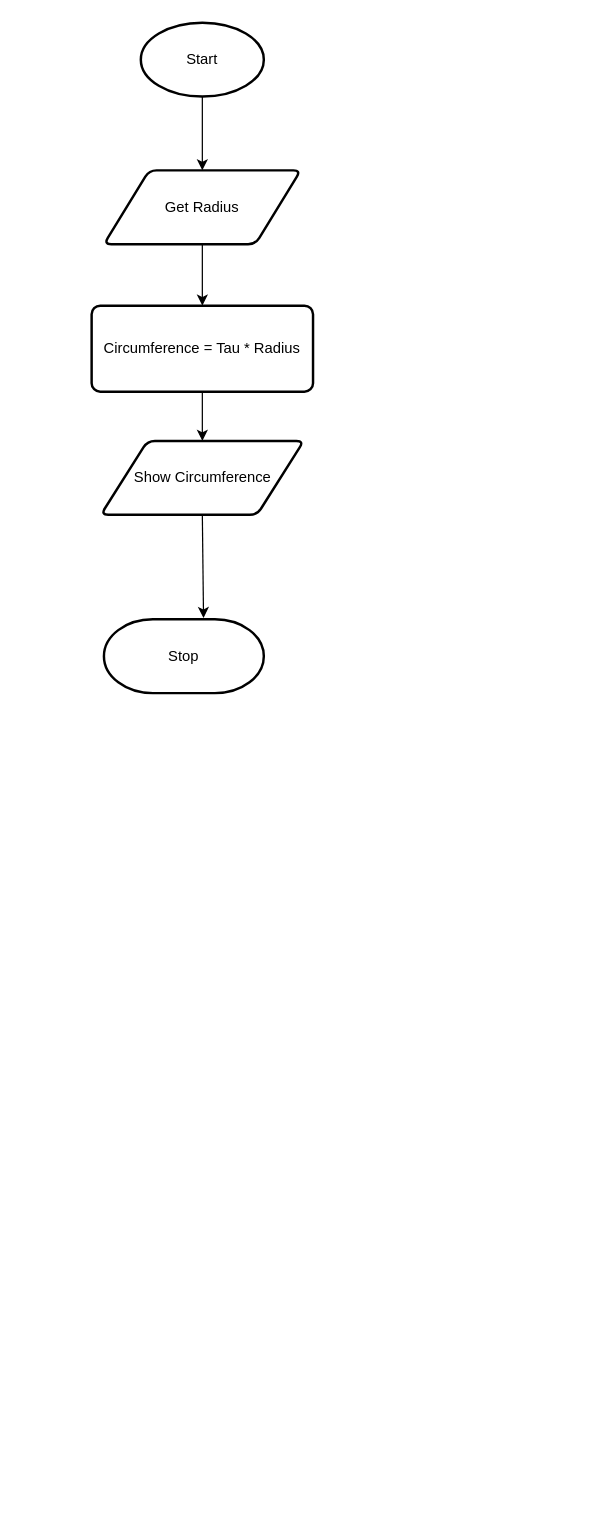
This is flowchart.drawio from Ethan-Prieur1/ICS3U-Unit6-04-Python, a draw.io file, before an edit. Source tidied: cells renumbered, new cells numbered last; positions are measured from the earlier drawing's top-left corner, leaving out a move shared by most shapes. Both pictures are drawn from the tidied source at 123%, with x=0, y=0 at pixel (91, 22).
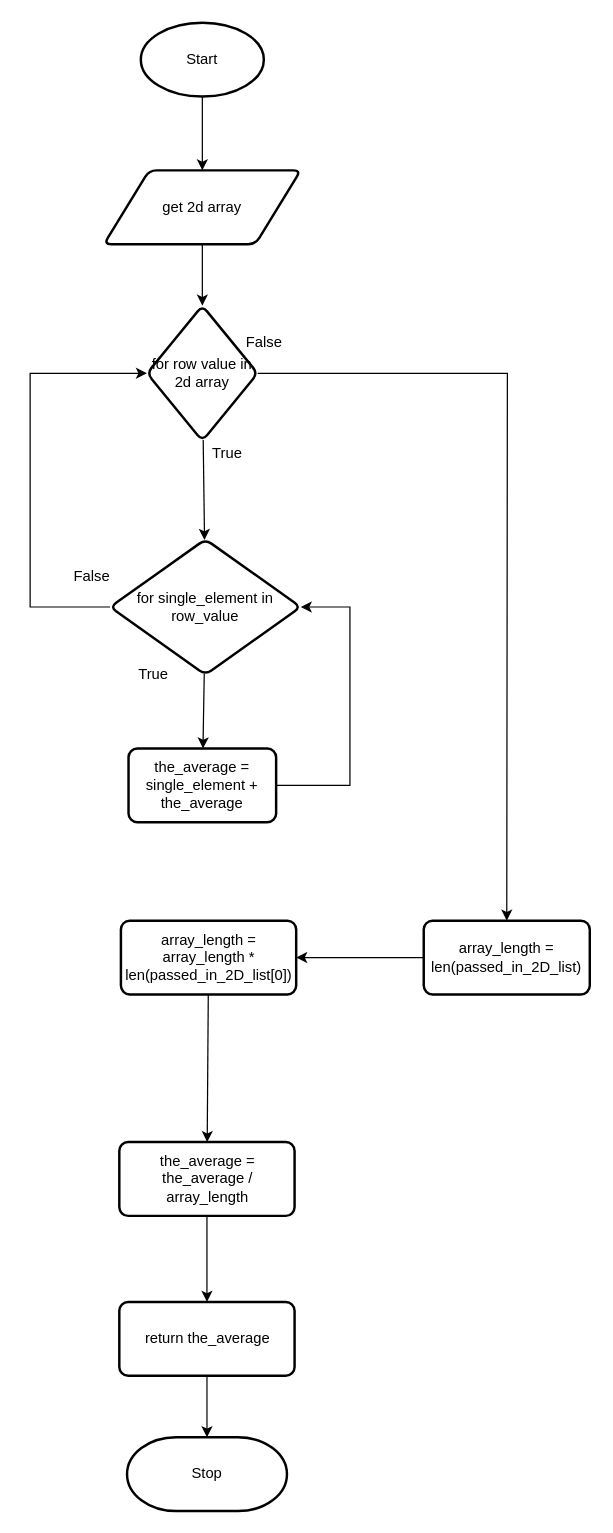
Above is the later version.

Change to the diagram source:
```diff
@@
-    <mxCell id="4" style="edgeStyle=none;html=1;exitX=0.5;exitY=1;exitDx=0;exitDy=0;entryX=0.5;entryY=0;entryDx=0;entryDy=0;" parent="1" edge="1" source="5" target="7">
-      <mxGeometry relative="1" as="geometry" />
-    </mxCell>
+    <mxCell id="11" style="edgeStyle=none;html=1;" parent="1" edge="1" source="5" target="14">
+      <mxGeometry relative="1" as="geometry" />
+    </mxCell>
-    <mxCell id="5" value="Get Radius" style="shape=parallelogram;html=1;strokeWidth=2;perimeter=parallelogramPerimeter;whiteSpace=wrap;rounded=1;arcSize=12;size=0.23;" parent="1" vertex="1">
+    <mxCell id="5" value="get 2d array" style="shape=parallelogram;html=1;strokeWidth=2;perimeter=parallelogramPerimeter;whiteSpace=wrap;rounded=1;arcSize=12;size=0.23;" parent="1" vertex="1">
       <mxGeometry x="10" y="120" width="160" height="60" as="geometry" />
     </mxCell>
-    <mxCell id="6" style="edgeStyle=none;html=1;exitX=0.5;exitY=1;exitDx=0;exitDy=0;entryX=0.5;entryY=0;entryDx=0;entryDy=0;" parent="1" edge="1" source="7" target="9">
-      <mxGeometry relative="1" as="geometry" />
-    </mxCell>
-    <mxCell id="7" value="Circumference = Tau * Radius" style="rounded=1;whiteSpace=wrap;html=1;absoluteArcSize=1;arcSize=14;strokeWidth=2;" parent="1" vertex="1">
-      <mxGeometry y="230" width="180" height="70" as="geometry" />
-    </mxCell>
-    <mxCell id="8" style="edgeStyle=none;html=1;exitX=0.5;exitY=1;exitDx=0;exitDy=0;entryX=0.623;entryY=-0.017;entryDx=0;entryDy=0;entryPerimeter=0;" parent="1" edge="1" source="9" target="10">
-      <mxGeometry relative="1" as="geometry" />
-    </mxCell>
-    <mxCell id="9" value="Show Circumference" style="shape=parallelogram;html=1;strokeWidth=2;perimeter=parallelogramPerimeter;whiteSpace=wrap;rounded=1;arcSize=12;size=0.23;" parent="1" vertex="1">
-      <mxGeometry x="7.5" y="340" width="165" height="60" as="geometry" />
-    </mxCell>
     <mxCell id="10" value="Stop" style="strokeWidth=2;html=1;shape=mxgraph.flowchart.terminator;whiteSpace=wrap;" parent="1" vertex="1">
-      <mxGeometry x="10" y="485" width="130" height="60" as="geometry" />
+      <mxGeometry x="28.8" y="1150" width="130" height="60" as="geometry" />
     </mxCell>
+    <mxCell id="12" style="edgeStyle=none;html=1;" parent="1" edge="1" source="14" target="17">
+      <mxGeometry relative="1" as="geometry" />
+    </mxCell>
+    <mxCell id="13" style="edgeStyle=none;rounded=0;html=1;entryX=0.5;entryY=0;entryDx=0;entryDy=0;" parent="1" edge="1" source="14" target="24">
+      <mxGeometry relative="1" as="geometry">
+        <Array as="points">
+          <mxPoint x="338" y="285" />
+        </Array>
+      </mxGeometry>
+    </mxCell>
+    <mxCell id="14" value="for row value in 2d array" style="rhombus;whiteSpace=wrap;html=1;strokeWidth=2;rounded=1;arcSize=12;" parent="1" vertex="1">
+      <mxGeometry x="45" y="230" width="90" height="110" as="geometry" />
+    </mxCell>
+    <mxCell id="15" style="edgeStyle=none;html=1;" parent="1" edge="1" source="17" target="19">
+      <mxGeometry relative="1" as="geometry" />
+    </mxCell>
+    <mxCell id="16" style="edgeStyle=none;rounded=0;html=1;exitX=0;exitY=0.5;exitDx=0;exitDy=0;entryX=0;entryY=0.5;entryDx=0;entryDy=0;" parent="1" edge="1" source="17" target="14">
+      <mxGeometry relative="1" as="geometry">
+        <Array as="points">
+          <mxPoint x="-50" y="475" />
+          <mxPoint x="-50" y="285" />
+        </Array>
+      </mxGeometry>
+    </mxCell>
+    <mxCell id="17" value="for single_element in row_value" style="rhombus;whiteSpace=wrap;html=1;strokeWidth=2;rounded=1;arcSize=12;" parent="1" vertex="1">
+      <mxGeometry x="15" y="420" width="155" height="110" as="geometry" />
+    </mxCell>
+    <mxCell id="18" style="edgeStyle=none;html=1;exitX=1;exitY=0.5;exitDx=0;exitDy=0;rounded=0;" parent="1" edge="1" source="19" target="17">
+      <mxGeometry relative="1" as="geometry">
+        <Array as="points">
+          <mxPoint x="210" y="620" />
+          <mxPoint x="210" y="475" />
+        </Array>
+      </mxGeometry>
+    </mxCell>
+    <mxCell id="19" value="the_average = single_element + the_average" style="whiteSpace=wrap;html=1;strokeWidth=2;rounded=1;arcSize=12;" parent="1" vertex="1">
+      <mxGeometry x="30" y="590" width="120" height="60" as="geometry" />
+    </mxCell>
+    <mxCell id="20" value="True" style="text;html=1;align=center;verticalAlign=middle;strokeColor=none;fillColor=none;" parent="1" vertex="1">
+      <mxGeometry x="90" y="340" width="40" height="20" as="geometry" />
+    </mxCell>
+    <mxCell id="21" value="True" style="text;html=1;align=center;verticalAlign=middle;strokeColor=none;fillColor=none;" parent="1" vertex="1">
+      <mxGeometry x="30" y="520" width="40" height="20" as="geometry" />
+    </mxCell>
+    <mxCell id="22" value="False" style="text;html=1;align=center;verticalAlign=middle;strokeColor=none;fillColor=none;" parent="1" vertex="1">
+      <mxGeometry x="-25" y="440" width="50" height="20" as="geometry" />
+    </mxCell>
+    <mxCell id="23" style="edgeStyle=none;rounded=0;html=1;" parent="1" edge="1" source="24" target="26">
+      <mxGeometry relative="1" as="geometry" />
+    </mxCell>
+    <mxCell id="24" value="array_length = len(passed_in_2D_list)" style="whiteSpace=wrap;html=1;strokeWidth=2;rounded=1;arcSize=12;" parent="1" vertex="1">
+      <mxGeometry x="270" y="730" width="135" height="60" as="geometry" />
+    </mxCell>
+    <mxCell id="25" style="edgeStyle=none;rounded=0;html=1;" parent="1" edge="1" source="26" target="28">
+      <mxGeometry relative="1" as="geometry" />
+    </mxCell>
+    <mxCell id="26" value="array_length = array_length * len(passed_in_2D_list[0])" style="whiteSpace=wrap;html=1;strokeWidth=2;rounded=1;arcSize=12;" parent="1" vertex="1">
+      <mxGeometry x="23.8" y="730" width="142.5" height="60" as="geometry" />
+    </mxCell>
+    <mxCell id="27" style="edgeStyle=none;rounded=0;html=1;" parent="1" edge="1" source="28" target="30">
+      <mxGeometry relative="1" as="geometry" />
+    </mxCell>
+    <mxCell id="28" value="the_average = the_average / array_length" style="whiteSpace=wrap;html=1;strokeWidth=2;rounded=1;arcSize=12;" parent="1" vertex="1">
+      <mxGeometry x="22.5" y="910" width="142.5" height="60" as="geometry" />
+    </mxCell>
+    <mxCell id="29" style="edgeStyle=none;rounded=0;html=1;" parent="1" edge="1" source="30" target="10">
+      <mxGeometry relative="1" as="geometry" />
+    </mxCell>
+    <mxCell id="30" value="return the_average" style="whiteSpace=wrap;html=1;strokeWidth=2;rounded=1;arcSize=12;" parent="1" vertex="1">
+      <mxGeometry x="22.5" y="1040" width="142.5" height="60" as="geometry" />
+    </mxCell>
+    <mxCell id="31" value="False" style="text;html=1;align=center;verticalAlign=middle;strokeColor=none;fillColor=none;" parent="1" vertex="1">
+      <mxGeometry x="115" y="250" width="50" height="20" as="geometry" />
+    </mxCell>
```
